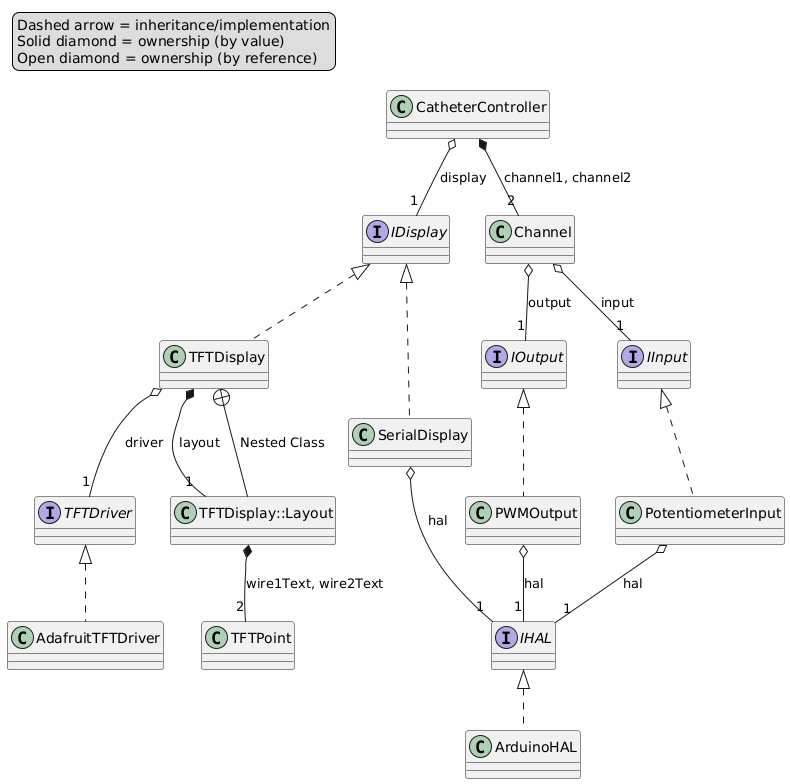
Above: resource/software-architecture.png in sp26-bihari-team-4/peritoneal-dialysis-capstone (PlantUML), before the change. Source of this version:
```plantuml
@startuml software_architecture.png
legend top left
Dashed arrow = inheritance/implementation
Solid diamond = ownership (by value)
Open diamond = ownership (by reference)
endlegend

interface IDisplay
interface IHAL
interface TFTDriver
interface IInput
interface IOutput

class SerialDisplay
class TFTDisplay
class ArduinoHAL
class AdafruitTFTDriver
class PotentiometerInput
class PWMOutput
class CatheterController
class Channel
class TFTPoint

class "TFTDisplay::Layout" as Layout

IDisplay <|.. SerialDisplay
IDisplay <|.. TFTDisplay
IHAL <|.. ArduinoHAL
TFTDriver <|.. AdafruitTFTDriver
IInput <|.. PotentiometerInput
IOutput <|.. PWMOutput

CatheterController *-- "2" Channel : channel1, channel2
TFTDisplay +-- Layout : Nested Class
TFTDisplay *-- "1" Layout : layout
Layout *-- "2" TFTPoint : wire1Text, wire2Text

CatheterController o-- "1" IDisplay : display
Channel o-- "1" IInput : input
Channel o-- "1" IOutput : output
PotentiometerInput o-- "1" IHAL : hal
PWMOutput o-- "1" IHAL : hal
SerialDisplay o-- "1" IHAL : hal
TFTDisplay o-- "1" TFTDriver : driver
@enduml
```
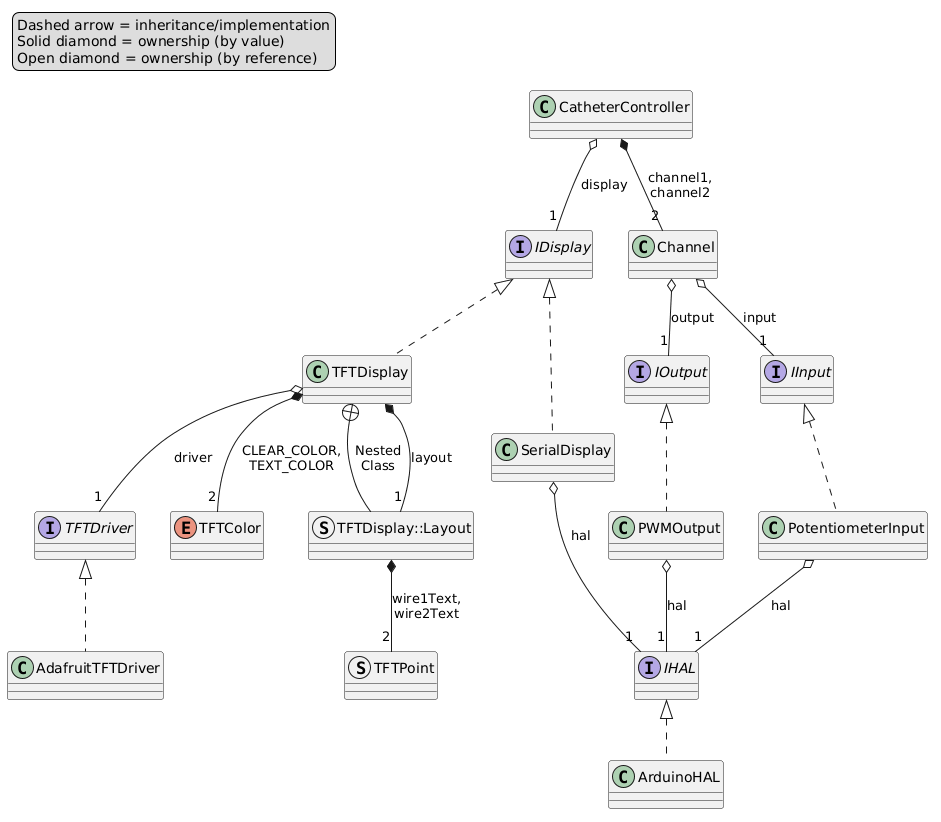
The same diagram one commit later.

Commit message:
Complete software architecture description

Updated the diagram to include TFTColor and label TFTDisplay::Layout and TFTPoint as structs instead of classes. Added the updated PlantUML code, which I expect will cause a merge conflict with the stage/doxygen branch.

What changed in the source:
```diff
@@ -1,4 +1,4 @@
-@startuml software_architecture.png
+@startuml
 legend top left
 Dashed arrow = inheritance/implementation
 Solid diamond = ownership (by value)
@@ -19,9 +19,11 @@
 class PWMOutput
 class CatheterController
 class Channel
-class TFTPoint
 
-class "TFTDisplay::Layout" as Layout
+struct TFTPoint
+struct "TFTDisplay::Layout" as Layout
+
+enum TFTColor
 
 IDisplay <|.. SerialDisplay
 IDisplay <|.. TFTDisplay
@@ -30,10 +32,11 @@
 IInput <|.. PotentiometerInput
 IOutput <|.. PWMOutput
 
-CatheterController *-- "2" Channel : channel1, channel2
-TFTDisplay +-- Layout : Nested Class
+CatheterController *-- "2" Channel : channel1,\nchannel2
+TFTDisplay +-- Layout : Nested\nClass
 TFTDisplay *-- "1" Layout : layout
-Layout *-- "2" TFTPoint : wire1Text, wire2Text
+TFTDisplay *-- "2" TFTColor: CLEAR_COLOR,\nTEXT_COLOR
+Layout *-- "2" TFTPoint : wire1Text,\nwire2Text
 
 CatheterController o-- "1" IDisplay : display
 Channel o-- "1" IInput : input
```
